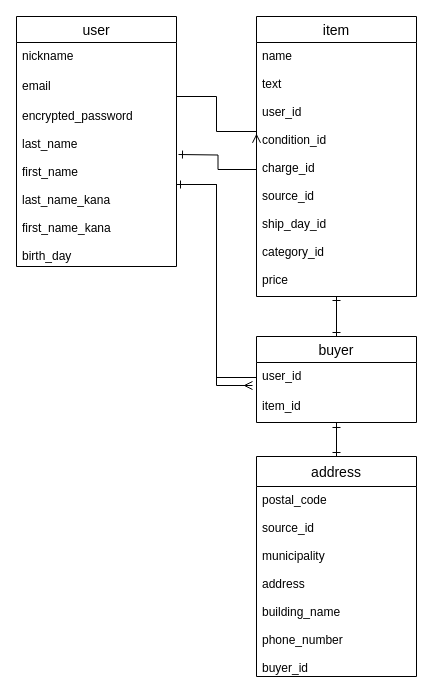
This is ER.dio from nakakou0703/furima-34877-, a draw.io file, before an edit. Source tidied: cells renumbered, new cells numbered last; positions are measured from the earlier drawing's top-left corner, leaving out a move shared by most shapes. Both pictures are drawn from the tidied source at 100%, with x=0, y=0 at pixel (16, 16).
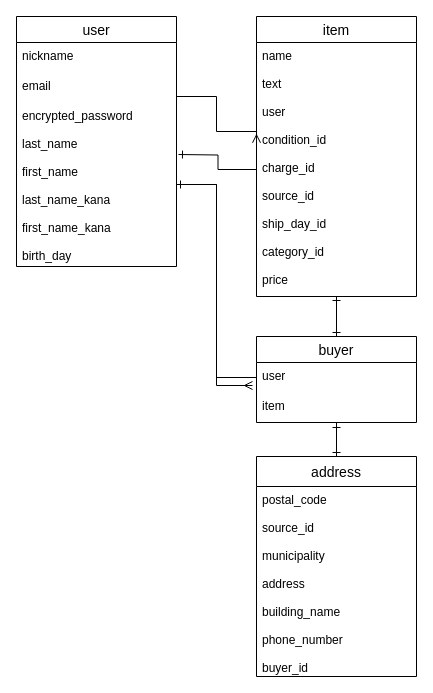
The same page after the edit.

Commit message (it also covers changes not shown here):
ER図・README作成（修正５回目）

The change refers to these unchanged cells:
```xml
<mxCell id="7" value="item" style="swimlane;fontStyle=0;horizontal=1;startSize=26;align=center;fontSize=14;" parent="1" vertex="1">
  <mxGeometry x="240" width="160" height="280" as="geometry" />
</mxCell>
<mxCell id="11" value="buyer" style="swimlane;fontStyle=0;horizontal=1;startSize=26;align=center;fontSize=14;" parent="1" vertex="1">
  <mxGeometry x="240" y="320" width="160" height="86" as="geometry" />
</mxCell>
```

The edit, as a diff of the source:
```diff
@@
-    <mxCell id="8" value="name&#10;&#10;text&#10;&#10;user_id&#10;&#10;condition_id&#10;&#10;charge_id &#10;&#10;source_id&#10;&#10;ship_day_id&#10;&#10;category_id&#10;&#10;price" style="text;strokeColor=none;fillColor=none;spacingLeft=4;spacingRight=4;overflow=hidden;points=[[0,0.5],[1,0.5]];portConstraint=eastwest;fontSize=12;" parent="7" vertex="1">
+    <mxCell id="8" value="name&#10;&#10;text&#10;&#10;user&#10;&#10;condition_id&#10;&#10;charge_id &#10;&#10;source_id&#10;&#10;ship_day_id&#10;&#10;category_id&#10;&#10;price" style="text;strokeColor=none;fillColor=none;spacingLeft=4;spacingRight=4;overflow=hidden;points=[[0,0.5],[1,0.5]];portConstraint=eastwest;fontSize=12;" parent="7" vertex="1">
       <mxGeometry y="26" width="160" height="254" as="geometry" />
     </mxCell>
@@
-    <mxCell id="12" value="user_id" style="text;strokeColor=none;fillColor=none;spacingLeft=4;spacingRight=4;overflow=hidden;points=[[0,0.5],[1,0.5]];portConstraint=eastwest;fontSize=12;" parent="11" vertex="1">
+    <mxCell id="12" value="user" style="text;strokeColor=none;fillColor=none;spacingLeft=4;spacingRight=4;overflow=hidden;points=[[0,0.5],[1,0.5]];portConstraint=eastwest;fontSize=12;" parent="11" vertex="1">
       <mxGeometry y="26" width="160" height="30" as="geometry" />
     </mxCell>
-    <mxCell id="13" value="item_id" style="text;strokeColor=none;fillColor=none;spacingLeft=4;spacingRight=4;overflow=hidden;points=[[0,0.5],[1,0.5]];portConstraint=eastwest;fontSize=12;" parent="11" vertex="1">
+    <mxCell id="13" value="item" style="text;strokeColor=none;fillColor=none;spacingLeft=4;spacingRight=4;overflow=hidden;points=[[0,0.5],[1,0.5]];portConstraint=eastwest;fontSize=12;" parent="11" vertex="1">
       <mxGeometry y="56" width="160" height="30" as="geometry" />
     </mxCell>
```
